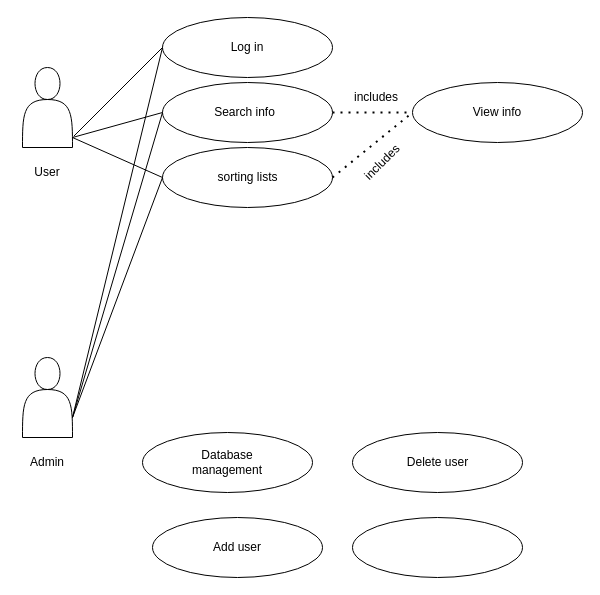
Above: Use Cases.drawio in EthanKB1/Software-Engineering-Project (draw.io), before the change. Source tidied: cells renumbered, new cells numbered last; positions are measured from the earlier drawing's top-left corner, leaving out a move shared by most shapes. Both pictures are drawn from the tidied source at 100%, with x=0, y=0 at pixel (17, 17).
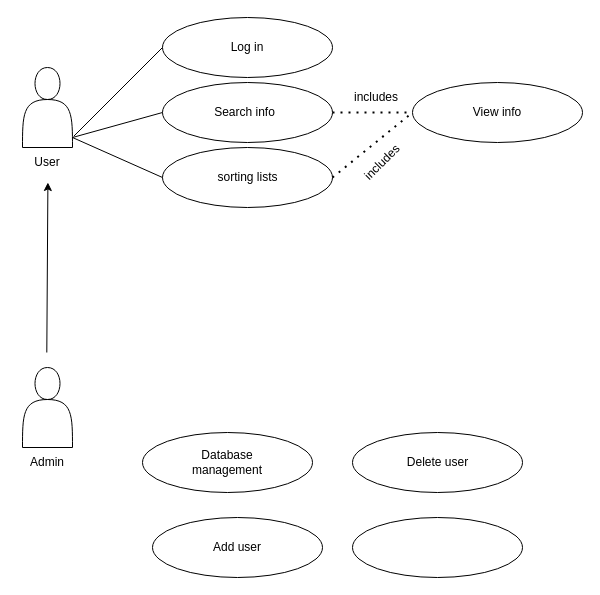
The same diagram, later.

The change refers to these unchanged cells:
```xml
<mxCell id="6" style="ellipse;whiteSpace=wrap;html=1;" parent="1" vertex="1">
  <mxGeometry x="145" width="170" height="60" as="geometry" />
</mxCell>
<mxCell id="8" style="ellipse;whiteSpace=wrap;html=1;" parent="1" vertex="1">
  <mxGeometry x="145" y="65" width="170" height="60" as="geometry" />
</mxCell>
<mxCell id="16" style="ellipse;whiteSpace=wrap;html=1;" parent="1" vertex="1">
  <mxGeometry x="145" y="130" width="170" height="60" as="geometry" />
</mxCell>
```

Diff of the diagram source:
```diff
@@
     <mxCell id="3" style="shape=actor;whiteSpace=wrap;html=1;" parent="1" vertex="1">
-      <mxGeometry x="5" y="340" width="50" height="80" as="geometry" />
+      <mxGeometry x="5" y="350" width="50" height="80" as="geometry" />
     </mxCell>
     <mxCell id="4" value="User" style="text;html=1;align=center;verticalAlign=middle;whiteSpace=wrap;rounded=0;" parent="1" vertex="1">
-      <mxGeometry y="140" width="60" height="30" as="geometry" />
+      <mxGeometry y="130" width="60" height="30" as="geometry" />
     </mxCell>
@@
-    <mxCell id="21" style="endArrow=none;html=1;rounded=0;entryX=0;entryY=0.5;entryDx=0;entryDy=0;" parent="1" edge="1" target="16">
-      <mxGeometry relative="1" as="geometry">
-        <mxPoint x="55" y="400" as="sourcePoint" />
-      </mxGeometry>
-    </mxCell>
-    <mxCell id="22" style="endArrow=none;html=1;rounded=0;entryX=0;entryY=0.5;entryDx=0;entryDy=0;" parent="1" edge="1" target="8">
-      <mxGeometry relative="1" as="geometry">
-        <mxPoint x="55" y="400" as="sourcePoint" />
-      </mxGeometry>
-    </mxCell>
-    <mxCell id="23" style="endArrow=none;html=1;rounded=0;entryX=0;entryY=0.5;entryDx=0;entryDy=0;" parent="1" edge="1" target="6">
-      <mxGeometry relative="1" as="geometry">
-        <mxPoint x="55" y="400" as="sourcePoint" />
-      </mxGeometry>
-    </mxCell>
@@
+    <mxCell id="31" style="endArrow=classic;html=1;rounded=0;entryX=0.434;entryY=1.333;entryDx=0;entryDy=0;entryPerimeter=0;" parent="1" edge="1">
+      <mxGeometry relative="1" as="geometry">
+        <mxPoint x="29.3" y="335" as="sourcePoint" />
+        <mxPoint x="30.4" y="165" as="targetPoint" />
+      </mxGeometry>
+    </mxCell>
```
